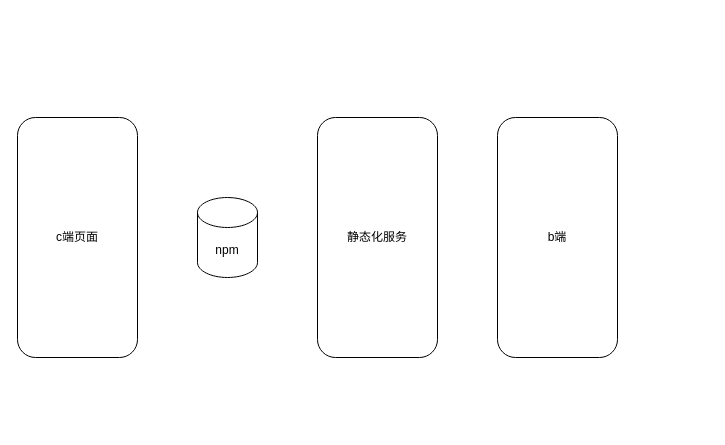
The draw.io diagram Untitled Diagram.drawio in nicejacket/uml, before the edit. Source tidied: cells renumbered, new cells numbered last; positions are measured from the earlier drawing's top-left corner, leaving out a move shared by most shapes. Both pictures are drawn from the tidied source at 100%, with x=0, y=0 at pixel (17, 117).
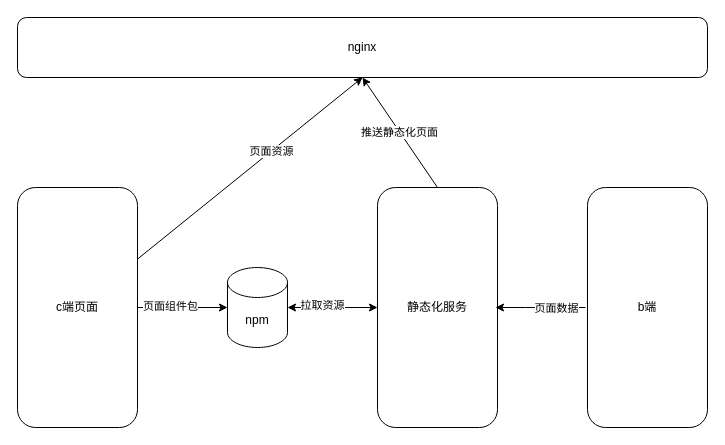
After the change.

What changed in the source:
```diff
@@
 <mxGraphModel>
   <root>
     <mxCell id="0" />
     <mxCell id="1" parent="0" />
     <mxCell id="2" value="c端页面" style="rounded=1;whiteSpace=wrap;html=1;" parent="1" vertex="1">
-      <mxGeometry width="120" height="240" as="geometry" />
+      <mxGeometry y="70" width="120" height="240" as="geometry" />
     </mxCell>
     <mxCell id="3" value="npm" style="shape=cylinder3;whiteSpace=wrap;html=1;boundedLbl=1;backgroundOutline=1;size=15;" parent="1" vertex="1">
-      <mxGeometry x="180" y="80" width="60" height="80" as="geometry" />
+      <mxGeometry x="210" y="150" width="60" height="80" as="geometry" />
     </mxCell>
     <mxCell id="4" value="静态化服务" style="rounded=1;whiteSpace=wrap;html=1;" parent="1" vertex="1">
-      <mxGeometry x="300" width="120" height="240" as="geometry" />
+      <mxGeometry x="360" y="70" width="120" height="240" as="geometry" />
     </mxCell>
+    <mxCell id="6" style="edgeStyle=orthogonalEdgeStyle;rounded=0;orthogonalLoop=1;jettySize=auto;html=1;exitX=0;exitY=0.5;exitDx=0;exitDy=0;entryX=1;entryY=0.5;entryDx=0;entryDy=0;" parent="1" edge="1">
+      <mxGeometry relative="1" as="geometry">
+        <mxPoint x="568" y="190" as="sourcePoint" />
+        <mxPoint x="478" y="190" as="targetPoint" />
+        <Array as="points">
+          <mxPoint x="508" y="190" />
+          <mxPoint x="508" y="190" />
+        </Array>
+      </mxGeometry>
+    </mxCell>
+    <mxCell id="7" value="页面数据" style="edgeLabel;html=1;align=center;verticalAlign=middle;" parent="6" vertex="1">
+      <mxGeometry x="-0.22" y="4" relative="1" as="geometry">
+        <mxPoint x="5" y="-4" as="offset" />
+      </mxGeometry>
+    </mxCell>
     <mxCell id="5" value="b端" style="rounded=1;whiteSpace=wrap;html=1;" parent="1" vertex="1">
-      <mxGeometry x="480" width="120" height="240" as="geometry" />
+      <mxGeometry x="570" y="70" width="120" height="240" as="geometry" />
     </mxCell>
+    <mxCell id="8" value="nginx" style="rounded=1;whiteSpace=wrap;html=1;" parent="1" vertex="1">
+      <mxGeometry y="-100" width="690" height="60" as="geometry" />
+    </mxCell>
+    <mxCell id="9" style="endArrow=classic;html=1;entryX=0.5;entryY=1;entryDx=0;entryDy=0;" parent="1" edge="1" source="2" target="8">
+      <mxGeometry relative="1" as="geometry" />
+    </mxCell>
+    <mxCell id="10" value="页面资源" style="edgeLabel;html=1;align=center;verticalAlign=middle;" parent="9" vertex="1">
+      <mxGeometry x="0.18" relative="1" as="geometry">
+        <mxPoint y="-1" as="offset" />
+      </mxGeometry>
+    </mxCell>
+    <mxCell id="11" style="endArrow=classic;html=1;entryX=0;entryY=0.5;entryDx=0;entryDy=0;entryPerimeter=0;" parent="1" edge="1" source="2" target="3">
+      <mxGeometry relative="1" as="geometry" />
+    </mxCell>
+    <mxCell id="12" value="页面组件包" style="edgeLabel;html=1;align=center;verticalAlign=middle;" parent="11" vertex="1">
+      <mxGeometry x="-0.29" y="2" relative="1" as="geometry" />
+    </mxCell>
+    <mxCell id="13" style="endArrow=classic;startArrow=classic;html=1;entryX=0;entryY=0.5;entryDx=0;entryDy=0;" parent="1" edge="1" source="3" target="4">
+      <mxGeometry relative="1" as="geometry" />
+    </mxCell>
+    <mxCell id="14" value="拉取资源" style="edgeLabel;html=1;align=center;verticalAlign=middle;" parent="13" vertex="1">
+      <mxGeometry x="-0.24" y="3" relative="1" as="geometry" />
+    </mxCell>
+    <mxCell id="15" value="推送静态化页面" style="endArrow=classic;html=1;entryX=0.5;entryY=1;entryDx=0;entryDy=0;exitX=0.5;exitY=0;exitDx=0;exitDy=0;" parent="1" edge="1" source="4" target="8">
+      <mxGeometry relative="1" as="geometry" />
+    </mxCell>
   </root>
 </mxGraphModel>
```
